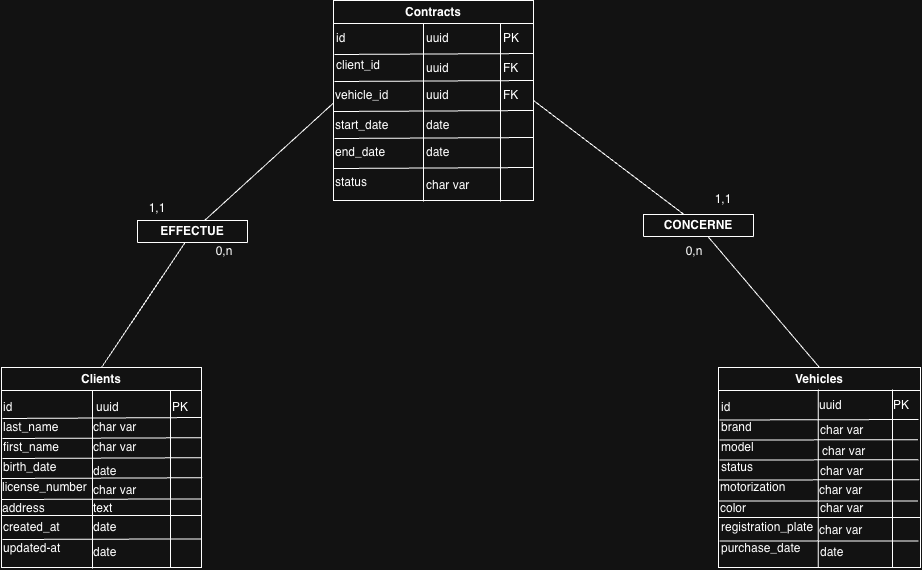
The draw.io diagram Presentation/MCD.png in vulzyun/BFBArchitecture, before a commit. Source tidied: cells renumbered, new cells last; positions are measured from the earlier drawing's top-left corner, leaving out a move shared by most shapes.
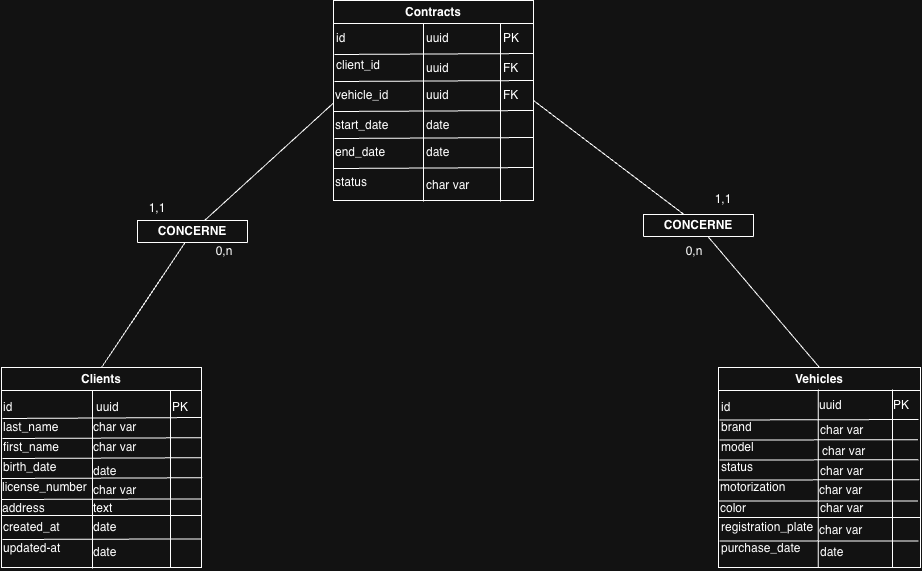
The same file after the commit.

Change to the diagram source:
```diff
@@ -310,7 +310,7 @@
     <mxCell id="81" style="edgeStyle=none;curved=1;rounded=0;jettySize=auto;html=1;entryX=0.5;entryY=0;entryDx=0;entryDy=0;fontSize=12;startSize=8;endSize=8;endArrow=none;endFill=0;" parent="1" edge="1" source="82" target="2">
       <mxGeometry relative="1" as="geometry" />
     </mxCell>
-    <mxCell id="82" value="EFFECTUE" style="swimlane;whiteSpace=wrap;html=1;" parent="1" vertex="1">
+    <mxCell id="82" value="CONCERNE" style="swimlane;whiteSpace=wrap;html=1;" parent="1" vertex="1">
       <mxGeometry x="137" y="220" width="110" height="22" as="geometry" />
     </mxCell>
     <mxCell id="83" style="edgeStyle=none;curved=1;rounded=0;jettySize=auto;html=1;entryX=0.5;entryY=0;entryDx=0;entryDy=0;fontSize=12;startSize=8;endSize=8;endArrow=none;endFill=0;" parent="1" edge="1" source="85" target="53">
```
